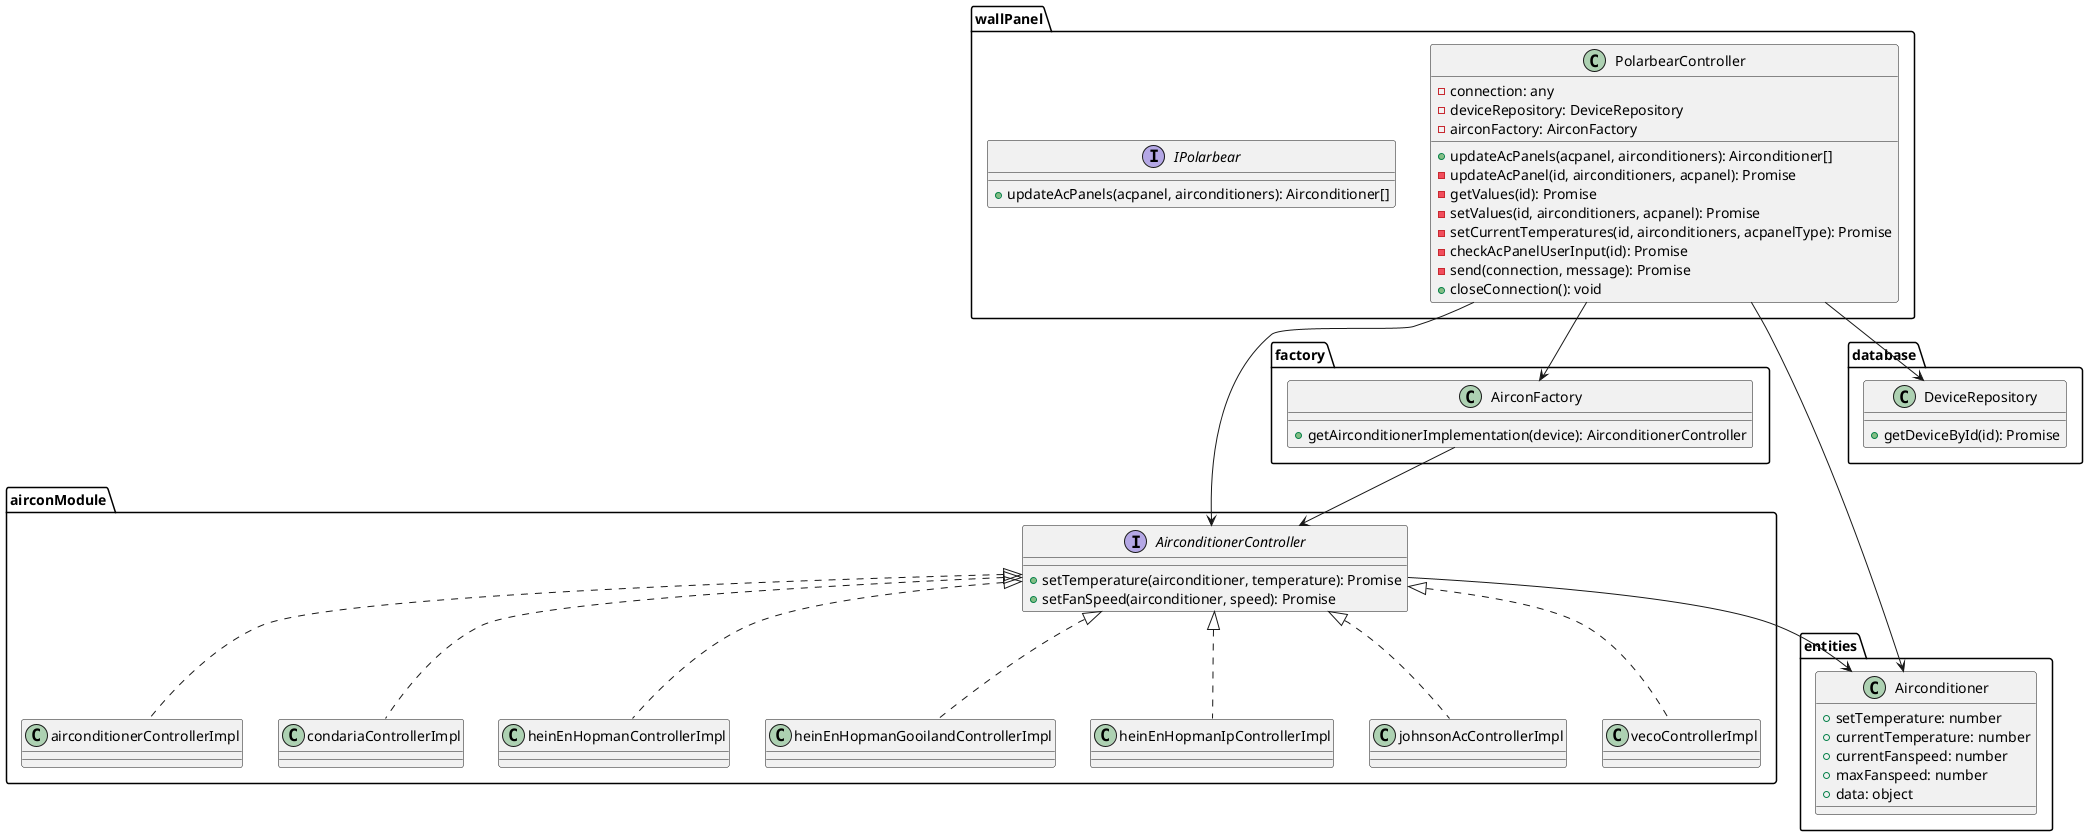
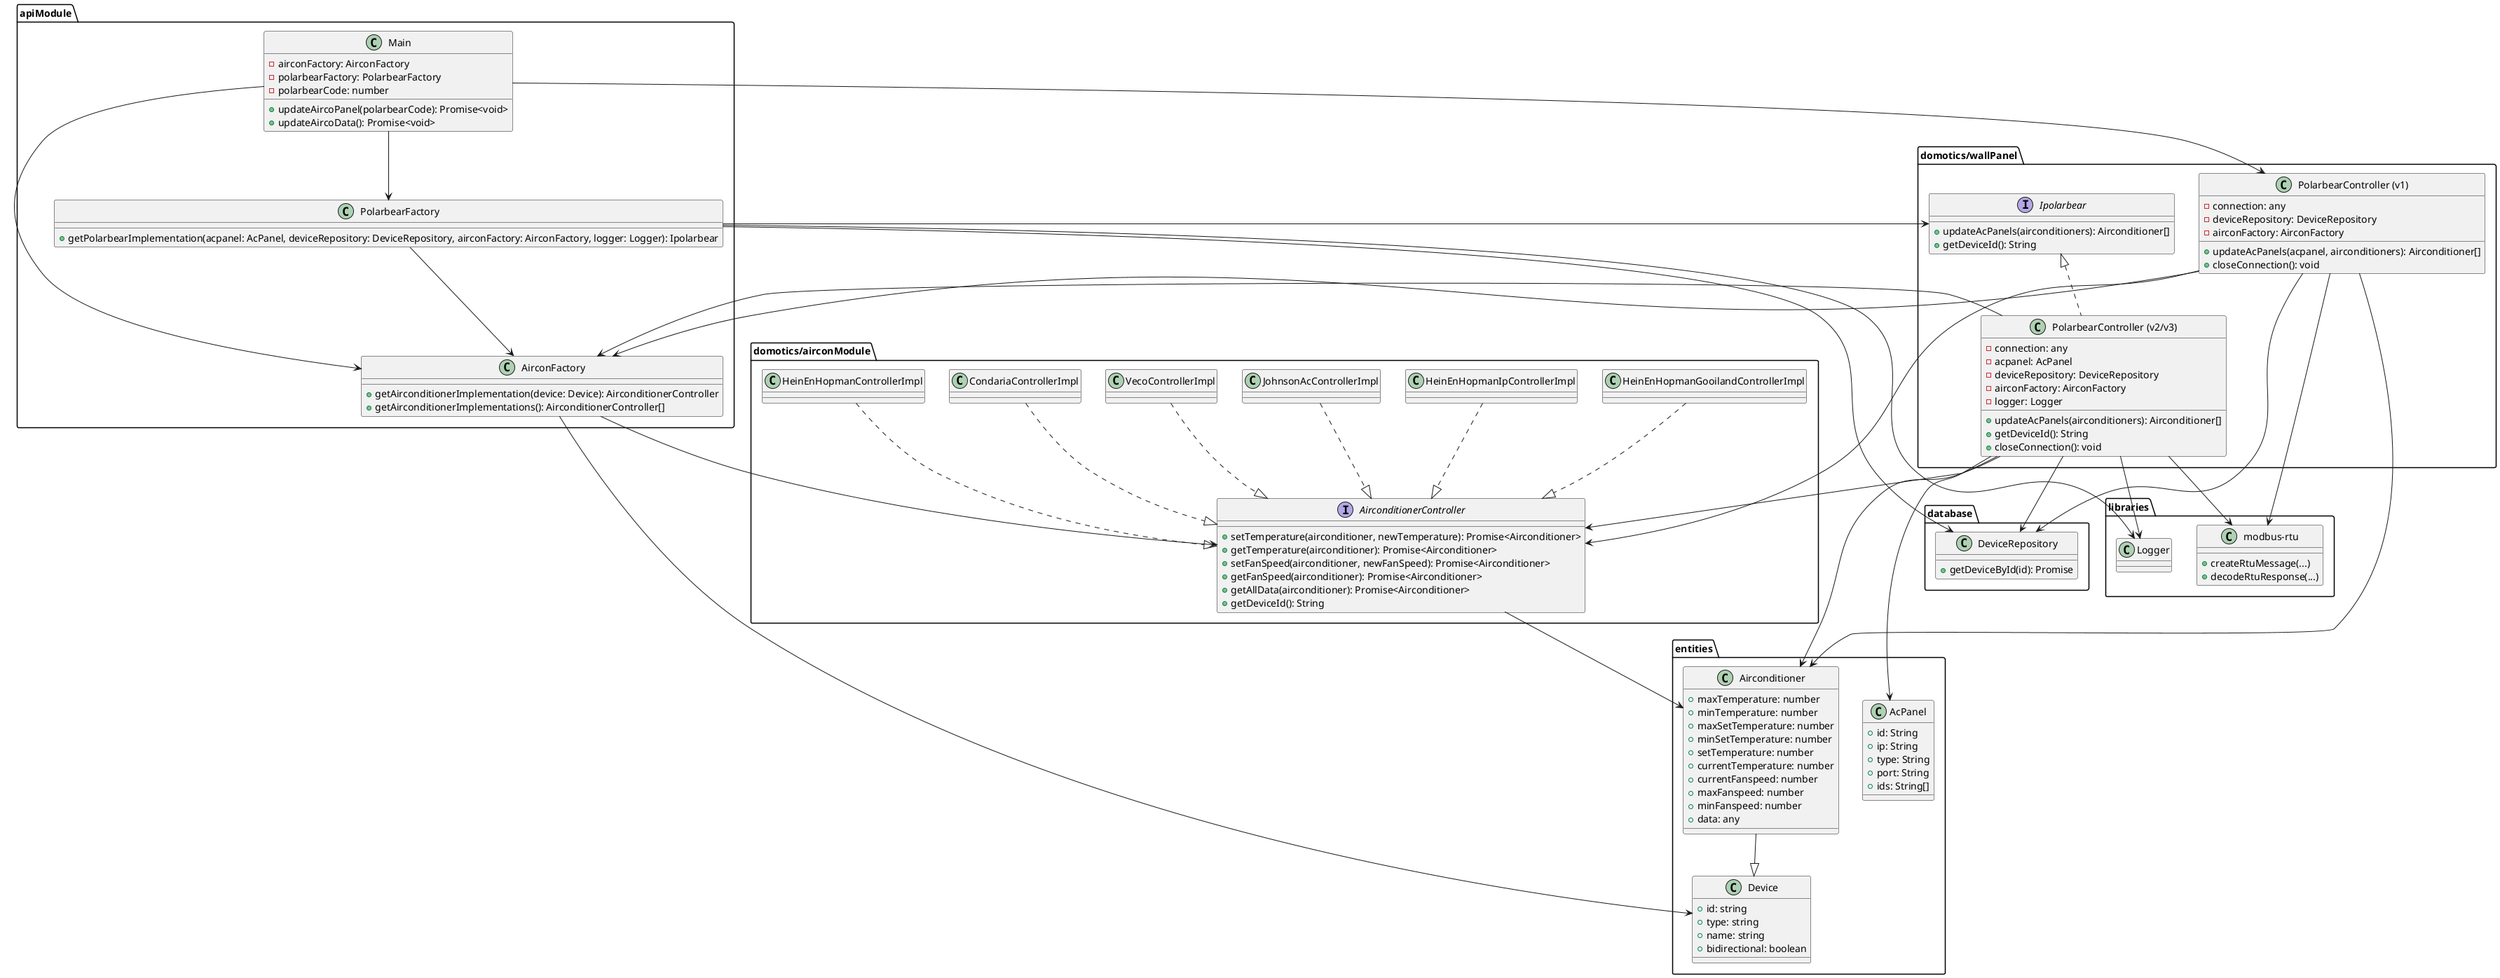
- @startuml AirconModule_and_Polarbear_Architecture
+ @startuml AirconModule_and_WallPanel_Architecture

- package "airconModule" {
-   interface AirconditionerController {
-     +setTemperature(airconditioner, temperature): Promise
-     +setFanSpeed(airconditioner, speed): Promise
+ package "apiModule" {
+   class AirconFactory {
+     +getAirconditionerImplementation(device: Device): AirconditionerController
+     +getAirconditionerImplementations(): AirconditionerController[]
  }

-   class airconditionerControllerImpl implements AirconditionerController
-   class condariaControllerImpl implements AirconditionerController
-   class heinEnHopmanControllerImpl implements AirconditionerController
-   class heinEnHopmanGooilandControllerImpl implements AirconditionerController
-   class heinEnHopmanIpControllerImpl implements AirconditionerController
-   class johnsonAcControllerImpl implements AirconditionerController
-   class vecoControllerImpl implements AirconditionerController
+   class PolarbearFactory {
+     +getPolarbearImplementation(acpanel: AcPanel, deviceRepository: DeviceRepository, airconFactory: AirconFactory, logger: Logger): Ipolarbear
+   }
+ 
+   class Main {
+     -airconFactory: AirconFactory
+     -polarbearFactory: PolarbearFactory
+     -polarbearCode: number
+     +updateAircoPanel(polarbearCode): Promise<void>
+     +updateAircoData(): Promise<void>
+   }
}

- package "wallPanel" {
-   class PolarbearController {
+ package "domotics/airconModule" {
+   interface AirconditionerController {
+     +setTemperature(airconditioner, newTemperature): Promise<Airconditioner>
+     +getTemperature(airconditioner): Promise<Airconditioner>
+     +setFanSpeed(airconditioner, newFanSpeed): Promise<Airconditioner>
+     +getFanSpeed(airconditioner): Promise<Airconditioner>
+     +getAllData(airconditioner): Promise<Airconditioner>
+     +getDeviceId(): String
+   }
+ 
+   class CondariaControllerImpl
+   class HeinEnHopmanControllerImpl
+   class HeinEnHopmanGooilandControllerImpl
+   class HeinEnHopmanIpControllerImpl
+   class JohnsonAcControllerImpl
+   class VecoControllerImpl
+ }
+ 
+ package "domotics/wallPanel" {
+   interface Ipolarbear {
+     +updateAcPanels(airconditioners): Airconditioner[]
+     +getDeviceId(): String
+   }
+ 
+   class "PolarbearController (v1)" as PolarbearControllerV1 {
    -connection: any
    -deviceRepository: DeviceRepository
    -airconFactory: AirconFactory
    +updateAcPanels(acpanel, airconditioners): Airconditioner[]
-     -updateAcPanel(id, airconditioners, acpanel): Promise
-     -getValues(id): Promise
-     -setValues(id, airconditioners, acpanel): Promise
-     -setCurrentTemperatures(id, airconditioners, acpanelType): Promise
-     -checkAcPanelUserInput(id): Promise
-     -send(connection, message): Promise
    +closeConnection(): void
  }

-   interface IPolarbear {
-     +updateAcPanels(acpanel, airconditioners): Airconditioner[]
+   class "PolarbearController (v2/v3)" as PolarbearControllerV2 implements Ipolarbear {
+     -connection: any
+     -acpanel: AcPanel
+     -deviceRepository: DeviceRepository
+     -airconFactory: AirconFactory
+     -logger: Logger
+     +updateAcPanels(airconditioners): Airconditioner[]
+     +getDeviceId(): String
+     +closeConnection(): void
  }
}

package "entities" {
+   class Device {
+     +id: string
+     +type: string
+     +name: string
+     +bidirectional: boolean
+   }
+ 
  class Airconditioner {
+     +maxTemperature: number
+     +minTemperature: number
+     +maxSetTemperature: number
+     +minSetTemperature: number
    +setTemperature: number
    +currentTemperature: number
    +currentFanspeed: number
    +maxFanspeed: number
-     +data: object
+     +minFanspeed: number
+     +data: any
  }
- }

- package "factory" {
-   class AirconFactory {
-     +getAirconditionerImplementation(device): AirconditionerController
+   class AcPanel {
+     +id: String
+     +ip: String
+     +type: String
+     +port: String
+     +ids: String[]
  }
}

package "database" {
  class DeviceRepository {
    +getDeviceById(id): Promise
  }
}

- PolarbearController --> DeviceRepository
- PolarbearController --> AirconFactory
- PolarbearController --> Airconditioner
- PolarbearController --> AirconditionerController
+ package "libraries" {
+   class Logger
+   class "modbus-rtu" as ModbusRtu {
+     +createRtuMessage(...)
+     +decodeRtuResponse(...)
+   }
+ }
+ 
+ Airconditioner --|> Device
+ 
+ CondariaControllerImpl ..|> AirconditionerController
+ HeinEnHopmanControllerImpl ..|> AirconditionerController
+ HeinEnHopmanGooilandControllerImpl ..|> AirconditionerController
+ HeinEnHopmanIpControllerImpl ..|> AirconditionerController
+ JohnsonAcControllerImpl ..|> AirconditionerController
+ VecoControllerImpl ..|> AirconditionerController
+ 
AirconFactory --> AirconditionerController
+ AirconFactory --> Device
+ 
+ PolarbearFactory --> Ipolarbear
+ PolarbearFactory --> AirconFactory
+ PolarbearFactory --> DeviceRepository
+ PolarbearFactory --> Logger
+ 
+ PolarbearControllerV1 --> DeviceRepository
+ PolarbearControllerV1 --> AirconFactory
+ PolarbearControllerV1 --> Airconditioner
+ PolarbearControllerV1 --> AirconditionerController
+ PolarbearControllerV1 --> ModbusRtu
+ 
+ PolarbearControllerV2 --> AcPanel
+ PolarbearControllerV2 --> DeviceRepository
+ PolarbearControllerV2 --> AirconFactory
+ PolarbearControllerV2 --> Airconditioner
+ PolarbearControllerV2 --> AirconditionerController
+ PolarbearControllerV2 --> Logger
+ PolarbearControllerV2 --> ModbusRtu
+ 
AirconditionerController --> Airconditioner

+ Main --> AirconFactory
+ Main --> PolarbearFactory
+ Main --> PolarbearControllerV1
+ 
@enduml
